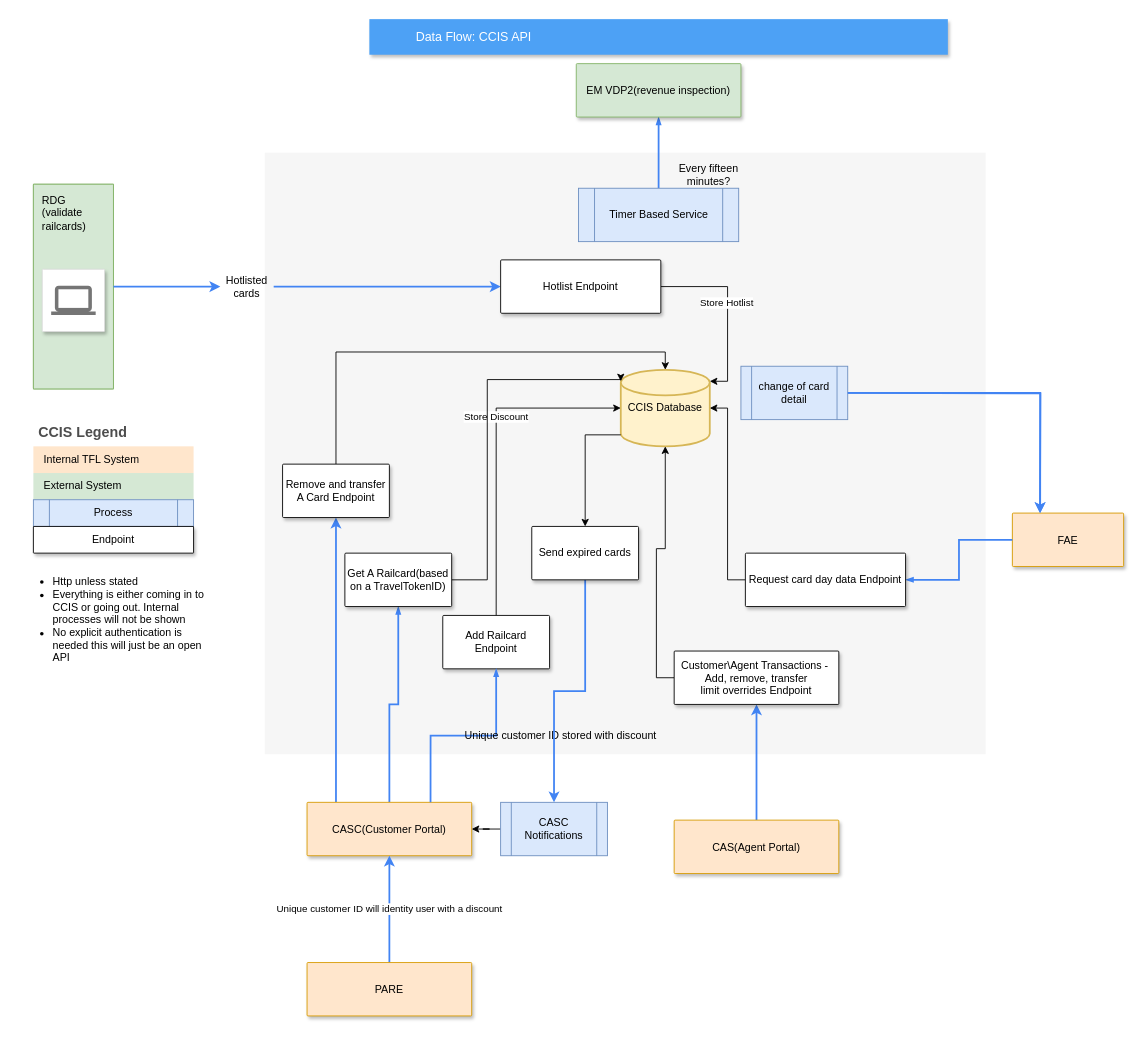
Earlier version of the draw.io diagram CCIS-API.drawio (mattwatts36/drawings). Source tidied: cells renumbered, new cells numbered last; positions are measured from the earlier drawing's top-left corner, leaving out a move shared by most shapes. Both pictures are drawn from the tidied source at 89%, with x=0, y=0 at pixel (15, 19).
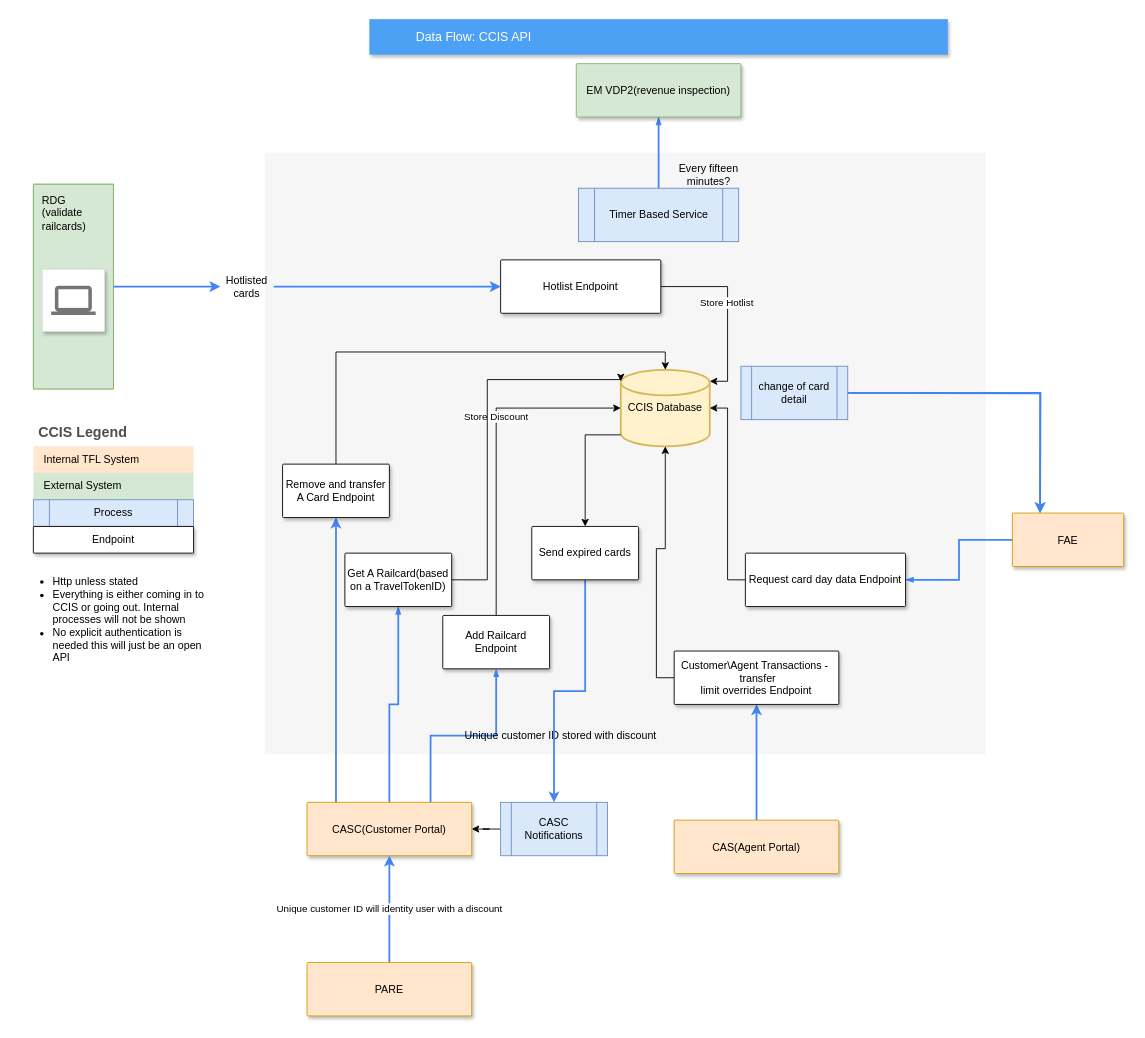
After the change.

Commit message:
Changed text to show that a agent can only transfer a limit

Change to the diagram source:
```diff
@@
-    <mxCell id="21" value="Customer\Agent Transactions - &#10;Add, remove, transfer&#10;limit overrides Endpoint" style="shadow=1;strokeWidth=1;rounded=1;absoluteArcSize=1;arcSize=2;" parent="1" vertex="1">
+    <mxCell id="21" value="Customer\Agent Transactions - &#10; transfer&#10;limit overrides Endpoint" style="shadow=1;strokeWidth=1;rounded=1;absoluteArcSize=1;arcSize=2;" parent="1" vertex="1">
       <mxGeometry x="740" y="710" width="185" height="60" as="geometry" />
     </mxCell>
```
